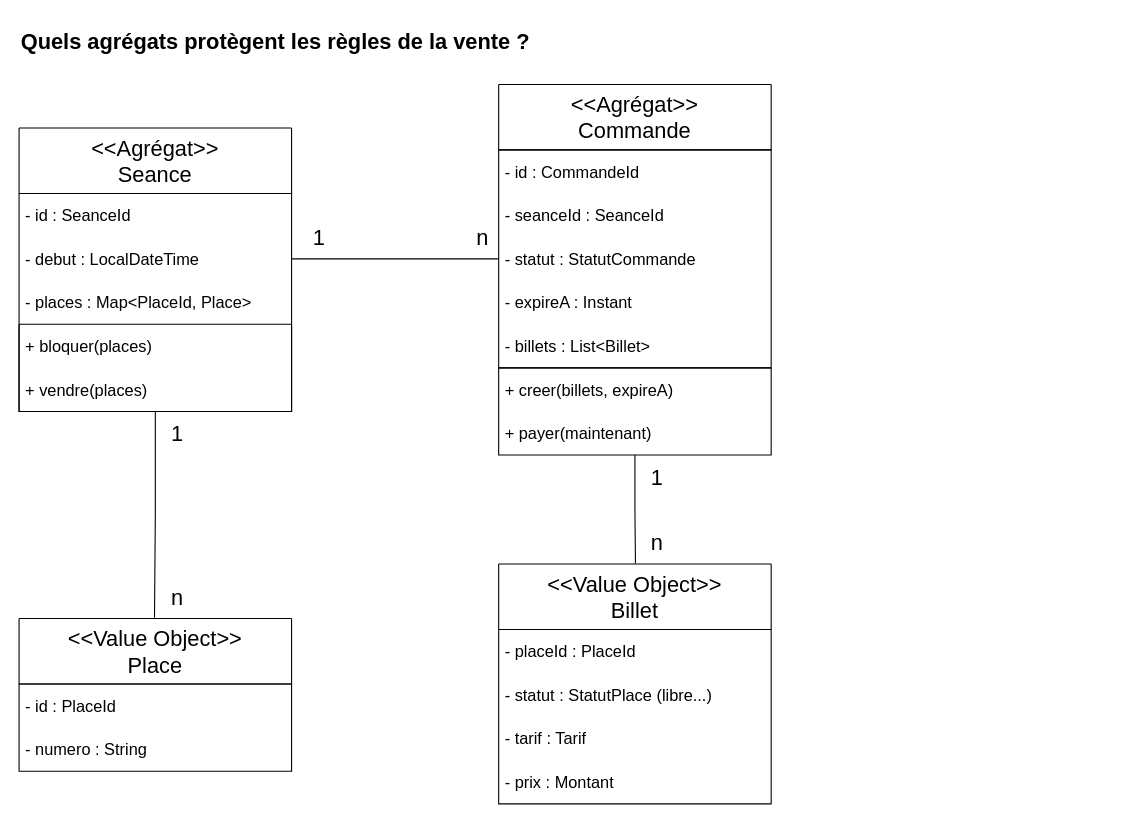
Before: docs/diagrammes/5-modele-vente.drawio in Lucie005/ecrans-villeneuve-equipe1, a draw.io diagram. Source tidied: cells renumbered, new cells numbered last; positions are measured from the earlier drawing's top-left corner, leaving out a move shared by most shapes. Both pictures are drawn from the tidied source at 109%, with x=0, y=0 at pixel (19, 19).
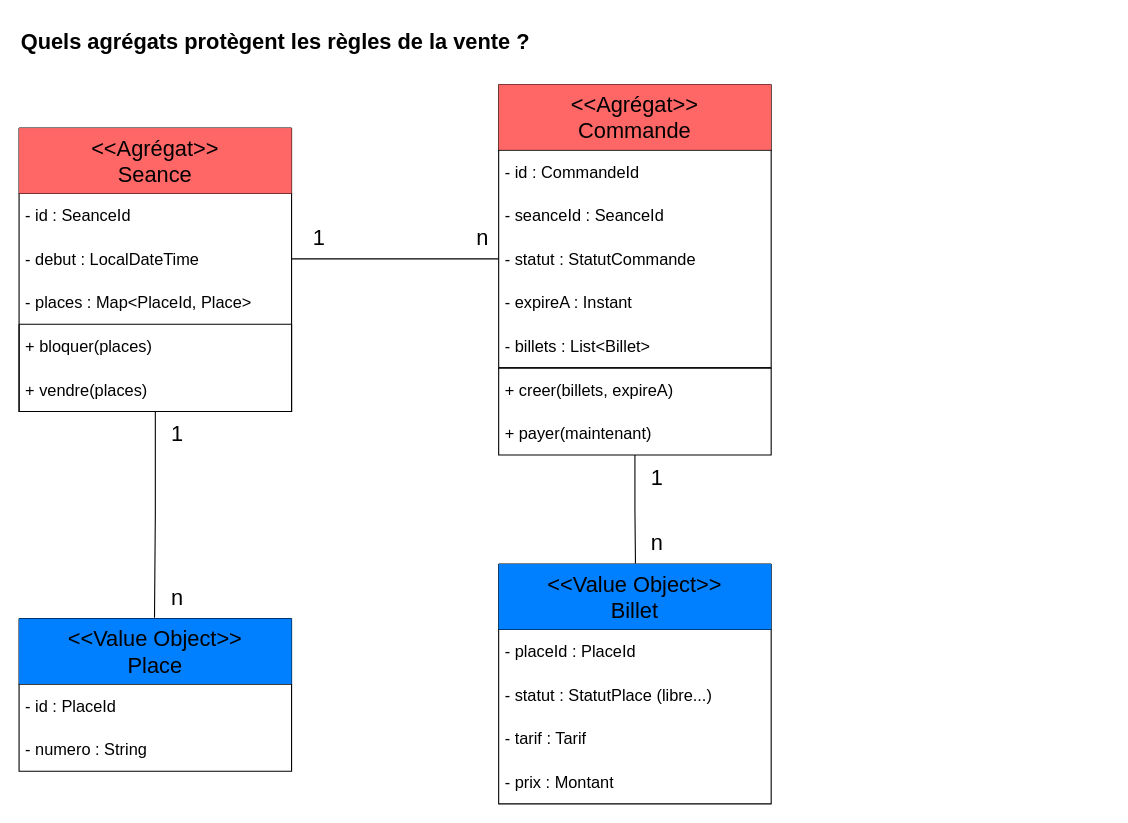
Above is the later version.

Unchanged cells that the change refers to:
```xml
<mxCell id="10" style="swimlane;startSize=0;" parent="1" vertex="1">
  <mxGeometry y="100" width="250" height="60" as="geometry" />
</mxCell>
<mxCell id="18" style="swimlane;startSize=0;" parent="1" vertex="1">
  <mxGeometry x="440" y="60" width="250" height="60" as="geometry" />
</mxCell>
<mxCell id="23" style="swimlane;startSize=0;" parent="1" vertex="1">
  <mxGeometry y="550" width="250" height="60" as="geometry" />
</mxCell>
<mxCell id="30" style="swimlane;startSize=0;" parent="1" vertex="1">
  <mxGeometry x="440" y="500" width="250" height="60" as="geometry" />
</mxCell>
```

What changed in the source:
```diff
@@
-    <mxCell id="11" value="&lt;font style=&quot;font-size: 20px;&quot;&gt;&amp;lt;&amp;lt;Agrégat&amp;gt;&amp;gt;&lt;br style=&quot;border-color: rgb(218, 220, 224);&quot;&gt;Seance&lt;/font&gt;" style="text;strokeColor=none;fillColor=none;align=center;verticalAlign=middle;spacingLeft=4;spacingRight=4;overflow=hidden;whiteSpace=wrap;html=1;" parent="10" vertex="1">
+    <mxCell id="11" value="&lt;font style=&quot;font-size: 20px;&quot;&gt;&amp;lt;&amp;lt;Agrégat&amp;gt;&amp;gt;&lt;br style=&quot;border-color: rgb(218, 220, 224);&quot;&gt;Seance&lt;/font&gt;" style="text;strokeColor=none;fillColor=#FF6666;align=center;verticalAlign=middle;spacingLeft=4;spacingRight=4;overflow=hidden;whiteSpace=wrap;html=1;gradientColor=none;" parent="10" vertex="1">
       <mxGeometry width="250" height="60" as="geometry" />
     </mxCell>
@@
-    <mxCell id="19" value="&lt;font style=&quot;font-size: 20px;&quot;&gt;&amp;lt;&amp;lt;Agrégat&amp;gt;&amp;gt;&lt;br style=&quot;border-color: rgb(218, 220, 224);&quot;&gt;Commande&lt;/font&gt;" style="text;strokeColor=none;fillColor=none;align=center;verticalAlign=middle;spacingLeft=4;spacingRight=4;overflow=hidden;whiteSpace=wrap;html=1;" parent="18" vertex="1">
+    <mxCell id="19" value="&lt;font style=&quot;font-size: 20px;&quot;&gt;&amp;lt;&amp;lt;Agrégat&amp;gt;&amp;gt;&lt;br style=&quot;border-color: rgb(218, 220, 224);&quot;&gt;Commande&lt;/font&gt;" style="text;strokeColor=none;fillColor=#FF6666;align=center;verticalAlign=middle;spacingLeft=4;spacingRight=4;overflow=hidden;whiteSpace=wrap;html=1;gradientColor=none;" parent="18" vertex="1">
       <mxGeometry width="250" height="60" as="geometry" />
     </mxCell>
@@
-    <mxCell id="24" value="&lt;font style=&quot;font-size: 20px;&quot;&gt;&amp;lt;&amp;lt;Value Object&amp;gt;&amp;gt;&lt;br&gt;Place&lt;/font&gt;" style="text;strokeColor=none;fillColor=none;align=center;verticalAlign=middle;spacingLeft=4;spacingRight=4;overflow=hidden;points=[[0,0.5],[1,0.5]];portConstraint=eastwest;whiteSpace=wrap;html=1;" parent="23" vertex="1">
+    <mxCell id="24" value="&lt;font style=&quot;font-size: 20px;&quot;&gt;&amp;lt;&amp;lt;Value Object&amp;gt;&amp;gt;&lt;br&gt;Place&lt;/font&gt;" style="text;strokeColor=none;fillColor=#007FFF;align=center;verticalAlign=middle;spacingLeft=4;spacingRight=4;overflow=hidden;points=[[0,0.5],[1,0.5]];portConstraint=eastwest;whiteSpace=wrap;html=1;" parent="23" vertex="1">
       <mxGeometry width="250" height="60" as="geometry" />
     </mxCell>
@@
-    <mxCell id="31" value="&lt;font style=&quot;font-size: 20px;&quot;&gt;&amp;lt;&amp;lt;Value Object&amp;gt;&amp;gt;&lt;br&gt;Billet&lt;/font&gt;" style="text;strokeColor=none;fillColor=none;align=center;verticalAlign=middle;spacingLeft=4;spacingRight=4;overflow=hidden;points=[[0,0.5],[1,0.5]];portConstraint=eastwest;whiteSpace=wrap;html=1;" parent="30" vertex="1">
+    <mxCell id="31" value="&lt;font style=&quot;font-size: 20px;&quot;&gt;&amp;lt;&amp;lt;Value Object&amp;gt;&amp;gt;&lt;br&gt;Billet&lt;/font&gt;" style="text;strokeColor=none;fillColor=#007FFF;align=center;verticalAlign=middle;spacingLeft=4;spacingRight=4;overflow=hidden;points=[[0,0.5],[1,0.5]];portConstraint=eastwest;whiteSpace=wrap;html=1;" parent="30" vertex="1">
       <mxGeometry width="250" height="60" as="geometry" />
     </mxCell>
```
